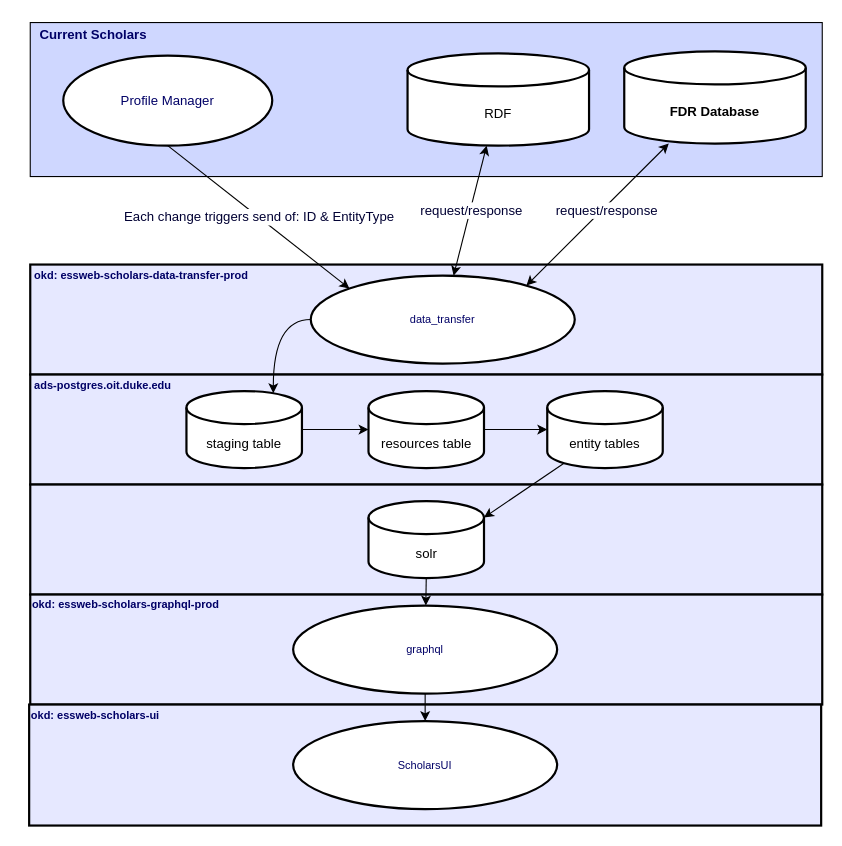
This is DataFlowDiagram - New - HighLevel.drawio from tibbs001/scholars, a draw.io file, before an edit. Source tidied: cells renumbered, new cells numbered last; positions are measured from the earlier drawing's top-left corner, leaving out a move shared by most shapes. Both pictures are drawn from the tidied source at 110%, with x=0, y=0 at pixel (19, 18).
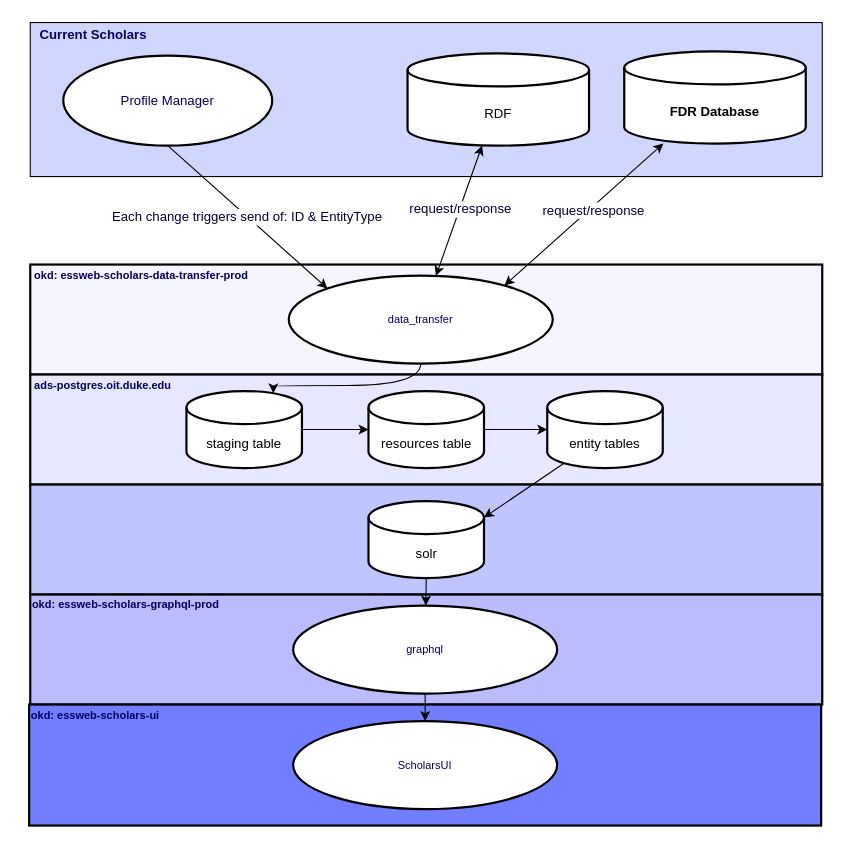
Above is the later version.

Change to the diagram source:
```diff
@@
-    <mxCell id="2" style="whiteSpace=wrap;html=1;rounded=0;labelBackgroundColor=none;labelBorderColor=none;fontFamily=Helvetica;fontSize=10;fontColor=#000066;strokeWidth=2;fillColor=#E6E8FF;" parent="1" vertex="1">
+    <mxCell id="2" style="whiteSpace=wrap;html=1;rounded=0;labelBackgroundColor=none;labelBorderColor=none;fontFamily=Helvetica;fontSize=10;fontColor=#000066;strokeWidth=2;fillColor=#F5F5FF;" parent="1" vertex="1">
       <mxGeometry x="10" y="224" width="720" height="100" as="geometry" />
     </mxCell>
     <mxCell id="3" value="&lt;div&gt;data_transfer&lt;/div&gt;" style="ellipse;whiteSpace=wrap;html=1;rounded=0;labelBackgroundColor=#FFFFFF;labelBorderColor=none;fontFamily=Helvetica;fontSize=10;fontColor=#000066;strokeWidth=2;fillColor=#FFFFFF;" parent="1" vertex="1">
-      <mxGeometry x="265" y="234" width="240" height="80" as="geometry" />
+      <mxGeometry x="245" y="234" width="240" height="80" as="geometry" />
     </mxCell>
@@
-    <mxCell id="5" style="whiteSpace=wrap;html=1;rounded=0;labelBackgroundColor=none;labelBorderColor=none;fontFamily=Helvetica;fontSize=10;fontColor=#000066;strokeWidth=2;fillColor=#E6E8FF;" parent="1" vertex="1">
+    <mxCell id="5" style="whiteSpace=wrap;html=1;rounded=0;labelBackgroundColor=none;labelBorderColor=none;fontFamily=Helvetica;fontSize=10;fontColor=#000066;strokeWidth=2;fillColor=#BFC6FF;" parent="1" vertex="1">
       <mxGeometry x="10" y="424" width="720" height="100" as="geometry" />
     </mxCell>
-    <mxCell id="6" style="whiteSpace=wrap;html=1;rounded=0;labelBackgroundColor=none;labelBorderColor=none;fontFamily=Helvetica;fontSize=10;fontColor=#000066;strokeWidth=2;fillColor=#E6E8FF;" parent="1" vertex="1">
+    <mxCell id="6" style="whiteSpace=wrap;html=1;rounded=0;labelBackgroundColor=none;labelBorderColor=none;fontFamily=Helvetica;fontSize=10;fontColor=#000066;strokeWidth=2;fillColor=#BABCFF;" parent="1" vertex="1">
       <mxGeometry x="10" y="524" width="720" height="100" as="geometry" />
     </mxCell>
@@
-    <mxCell id="14" style="whiteSpace=wrap;html=1;rounded=0;labelBackgroundColor=none;labelBorderColor=none;fontFamily=Helvetica;fontSize=10;fontColor=#000066;strokeWidth=2;fillColor=#E6E8FF;" parent="1" vertex="1">
+    <mxCell id="14" style="whiteSpace=wrap;html=1;rounded=0;labelBackgroundColor=none;labelBorderColor=none;fontFamily=Helvetica;fontSize=10;fontColor=#000066;strokeWidth=2;fillColor=#707EFF;" parent="1" vertex="1">
       <mxGeometry x="9" y="624" width="720" height="110" as="geometry" />
     </mxCell>
```
